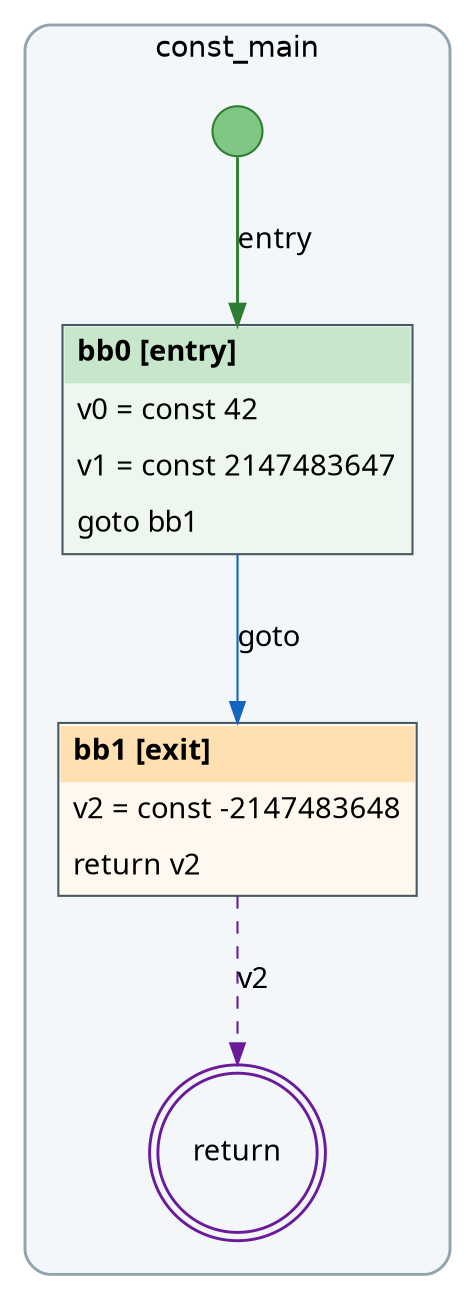
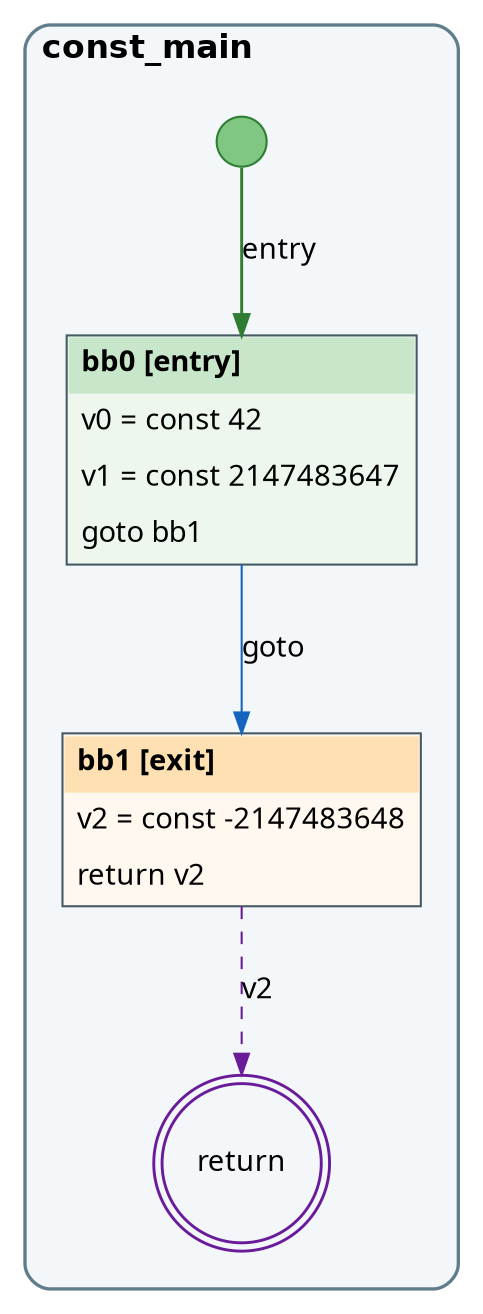
digraph SSA {
  rankdir=TB;
  newrank=true;
  ranksep=0.9;
  nodesep=0.35;
  splines=true;
  fontname="Helvetica";
  node [fontname="Menlo"];
  edge [fontname="Menlo"];
  subgraph cluster_f0 {
-     color="#90a4ae"; style="rounded,filled"; fillcolor="#f3f7fa"; penwidth=1.4;
-     margin=16;
-     labelloc=t; label="const_main";
+     color="#607d8b"; pencolor="#607d8b"; style=rounded; bgcolor="#f3f7fa"; penwidth=1.6;
+     margin=18;
+     labelloc=t; labeljust=l;
+     label=<<TABLE BORDER="0" CELLBORDER="0" CELLSPACING="0" CELLPADDING="0"><TR><TD ALIGN="LEFT"><FONT FACE="Helvetica" POINT-SIZE="16"><B>const_main</B></FONT></TD></TR></TABLE>>;
    f0_order [shape=point, style=invis, width=0, height=0, label=""];
    f0_entry [shape=circle, fixedsize=true, width=0.34, label="", style=filled, fillcolor="#81c784", color="#2e7d32"];
    f0_bb0 [shape=plain, margin=0, label=<
      <TABLE BORDER="1" CELLBORDER="0" CELLSPACING="0" CELLPADDING="6" COLOR="#455a64" BGCOLOR="#edf7ee">
        <TR><TD ALIGN="LEFT" BGCOLOR="#c8e6c9"><B>bb0 [entry]</B></TD></TR>
        <TR><TD ALIGN="LEFT"><FONT FACE="Menlo">v0 = const 42</FONT></TD></TR>
        <TR><TD ALIGN="LEFT"><FONT FACE="Menlo">v1 = const 2147483647</FONT></TD></TR>
        <TR><TD ALIGN="LEFT"><FONT FACE="Menlo">goto bb1</FONT></TD></TR>
      </TABLE>
    >];
    f0_bb1 [shape=plain, margin=0, label=<
      <TABLE BORDER="1" CELLBORDER="0" CELLSPACING="0" CELLPADDING="6" COLOR="#455a64" BGCOLOR="#fff8ef">
        <TR><TD ALIGN="LEFT" BGCOLOR="#ffe0b2"><B>bb1 [exit]</B></TD></TR>
        <TR><TD ALIGN="LEFT"><FONT FACE="Menlo">v2 = const -2147483648</FONT></TD></TR>
        <TR><TD ALIGN="LEFT"><FONT FACE="Menlo">return v2</FONT></TD></TR>
      </TABLE>
    >];
    f0_entry -> f0_bb0 [label="entry", color="#2e7d32", penwidth=1.4];
    f0_bb0 -> f0_bb1 [label="goto", color="#1565c0"];
    f0_ret [shape=doublecircle, label="return", color="#6a1b9a", penwidth=1.4];
    f0_bb1 -> f0_ret [style=dashed, color="#6a1b9a", label="v2"];
  }
}
